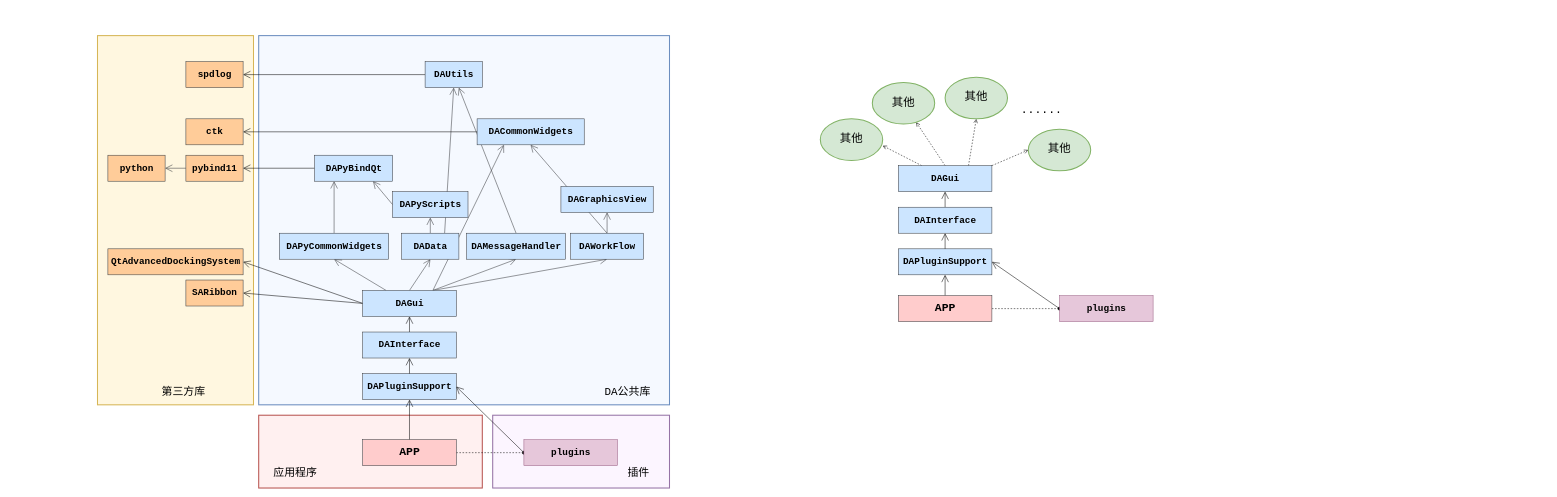
czyt1988/data-workbench keeps this draw.io diagram as page "模块依赖关系" (1 of 4) of doc/zh/drawio/data-work-flow-uml.drawio. Above is the earlier version. Source tidied: cells renumbered, new cells numbered last; positions are measured from the earlier drawing's top-left corner, leaving out a move shared by most shapes. Both pictures are drawn from the tidied source at 52%, with x=0, y=0 at pixel (97, 35).
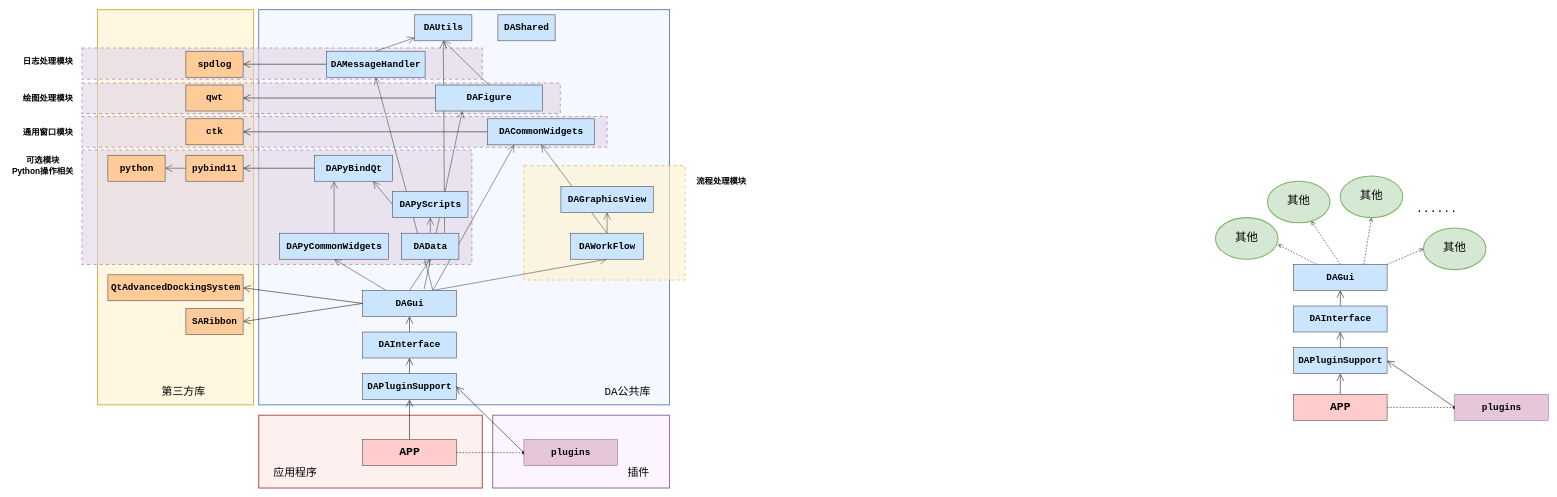
The same diagram, later.

Unchanged cells that the change refers to:
```xml
<mxCell id="17" value="&lt;div style=&quot;margin-top: 0px; margin-bottom: 0px; font-size: 18px;&quot;&gt;&lt;div style=&quot;margin-top: 0px; margin-bottom: 0px; font-size: 18px;&quot;&gt;&lt;span style=&quot;font-size: 18px;&quot;&gt;DAGui&lt;/span&gt;&lt;/div&gt;&lt;/div&gt;" style="html=1;fontFamily=Courier New;fontSize=18;fontStyle=1;fillColor=#cce5ff;strokeColor=#36393d;" parent="1" vertex="1">
  <mxGeometry x="510" y="490" width="180" height="50" as="geometry" />
</mxCell>
```

The edit, as a diff of the source:
```diff
@@
+    <mxCell id="4" style="rounded=0;whiteSpace=wrap;html=1;fontFamily=Courier New;fontSize=18;strokeColor=#6c8ebf;fillColor=#F5F9FF;strokeWidth=2;glass=0;shadow=0;sketch=0;" parent="1" vertex="1">
+      <mxGeometry x="310" y="-50" width="790" height="760" as="geometry" />
+    </mxCell>
+    <mxCell id="72" style="rounded=0;whiteSpace=wrap;html=1;fillColor=#fff2cc;strokeColor=#d6b656;dashed=1;strokeWidth=2;perimeterSpacing=0;opacity=60;" parent="1" vertex="1">
+      <mxGeometry x="820" y="250" width="310" height="220" as="geometry" />
+    </mxCell>
+    <mxCell id="5" style="rounded=0;whiteSpace=wrap;html=1;fontFamily=Courier New;fontSize=18;strokeColor=#d6b656;fillColor=#FFF7E0;strokeWidth=2;gradientColor=none;glass=0;shadow=0;sketch=0;" parent="1" vertex="1">
+      <mxGeometry y="-50" width="300" height="760" as="geometry" />
+    </mxCell>
+    <mxCell id="73" style="rounded=0;whiteSpace=wrap;html=1;fillColor=#e1d5e7;strokeColor=#9673a6;dashed=1;strokeWidth=2;perimeterSpacing=0;opacity=60;" parent="1" vertex="1">
+      <mxGeometry x="-30" y="155.5" width="1010" height="59" as="geometry" />
+    </mxCell>
+    <mxCell id="74" style="rounded=0;whiteSpace=wrap;html=1;fillColor=#e1d5e7;strokeColor=#9673a6;dashed=1;strokeWidth=2;perimeterSpacing=0;opacity=60;" parent="1" vertex="1">
+      <mxGeometry x="-30" y="91" width="920" height="59" as="geometry" />
+    </mxCell>
+    <mxCell id="75" style="rounded=0;whiteSpace=wrap;html=1;fillColor=#e1d5e7;strokeColor=#9673a6;dashed=1;strokeWidth=2;perimeterSpacing=0;opacity=60;" parent="1" vertex="1">
+      <mxGeometry x="-30" y="220" width="750" height="220" as="geometry" />
+    </mxCell>
+    <mxCell id="76" style="edgeStyle=none;shape=connector;rounded=0;jettySize=auto;html=1;exitX=0.656;exitY=-0.047;exitDx=0;exitDy=0;entryX=0.25;entryY=1;entryDx=0;entryDy=0;labelBackgroundColor=default;fontFamily=Courier New;fontSize=18;fontColor=#000000;endArrow=open;endFill=1;endSize=12;strokeColor=#36393d;fontStyle=1;fillColor=#cce5ff;exitPerimeter=0;" parent="1" edge="1" source="17" target="81">
+      <mxGeometry relative="1" as="geometry" />
+    </mxCell>
+    <mxCell id="77" style="rounded=0;whiteSpace=wrap;html=1;fillColor=#e1d5e7;strokeColor=#9673a6;dashed=1;strokeWidth=2;perimeterSpacing=0;opacity=60;" parent="1" vertex="1">
+      <mxGeometry x="-30" y="24" width="770" height="60" as="geometry" />
+    </mxCell>
@@
-    <mxCell id="4" style="rounded=0;whiteSpace=wrap;html=1;fontFamily=Courier New;fontSize=18;strokeColor=#6c8ebf;fillColor=#F5F9FF;strokeWidth=2;glass=0;shadow=0;sketch=0;" parent="1" vertex="1">
-      <mxGeometry x="310" width="790" height="710" as="geometry" />
-    </mxCell>
-    <mxCell id="5" style="rounded=0;whiteSpace=wrap;html=1;fontFamily=Courier New;fontSize=18;strokeColor=#d6b656;fillColor=#FFF7E0;strokeWidth=2;gradientColor=none;glass=0;shadow=0;sketch=0;" parent="1" vertex="1">
-      <mxGeometry width="300" height="710" as="geometry" />
-    </mxCell>
@@
     <mxCell id="19" value="&lt;div style=&quot;margin-top: 0px; margin-bottom: 0px; font-size: 18px;&quot;&gt;&lt;div style=&quot;margin-top: 0px; margin-bottom: 0px; font-size: 18px;&quot;&gt;DAMessageHandler&lt;br style=&quot;font-size: 18px;&quot;&gt;&lt;/div&gt;&lt;/div&gt;" style="html=1;fontFamily=Courier New;fontSize=18;fontStyle=1;verticalAlign=middle;fillColor=#cce5ff;strokeColor=#36393d;" parent="1" vertex="1">
-      <mxGeometry x="710" y="380" width="190" height="50" as="geometry" />
+      <mxGeometry x="440" y="30" width="190" height="50" as="geometry" />
     </mxCell>
@@
-    <mxCell id="22" value="&lt;div style=&quot;margin-top: 0px; margin-bottom: 0px; font-size: 18px;&quot;&gt;&lt;div style=&quot;margin-top: 0px; margin-bottom: 0px; font-size: 18px;&quot;&gt;DAData&lt;br style=&quot;font-size: 18px;&quot;&gt;&lt;/div&gt;&lt;/div&gt;" style="html=1;fontFamily=Courier New;fontSize=18;fontStyle=1;verticalAlign=middle;fillColor=#cce5ff;strokeColor=#36393d;" parent="1" vertex="1">
-      <mxGeometry x="585" y="380" width="110" height="50" as="geometry" />
-    </mxCell>
@@
     <mxCell id="24" value="&lt;div style=&quot;margin-top: 0px; margin-bottom: 0px; font-size: 18px;&quot;&gt;&lt;div style=&quot;margin-top: 0px; margin-bottom: 0px; font-size: 18px;&quot;&gt;DACommonWidgets&lt;br style=&quot;font-size: 18px;&quot;&gt;&lt;/div&gt;&lt;/div&gt;" style="html=1;fontFamily=Courier New;fontSize=18;fontStyle=1;verticalAlign=middle;fillColor=#cce5ff;strokeColor=#36393d;" parent="1" vertex="1">
-      <mxGeometry x="730" y="160" width="206" height="50" as="geometry" />
+      <mxGeometry x="750" y="160" width="206" height="50" as="geometry" />
     </mxCell>
@@
-    <mxCell id="30" style="edgeStyle=none;shape=connector;rounded=0;jettySize=auto;html=1;exitX=0;exitY=0.5;exitDx=0;exitDy=0;entryX=1;entryY=0.5;entryDx=0;entryDy=0;labelBackgroundColor=default;fontFamily=Courier New;fontSize=18;fontColor=#000000;endArrow=open;endFill=1;endSize=12;strokeColor=default;fontStyle=1;" parent="1" edge="1" source="31" target="39">
+    <mxCell id="30" style="edgeStyle=none;shape=connector;rounded=0;jettySize=auto;html=1;exitX=0;exitY=0.5;exitDx=0;exitDy=0;entryX=1;entryY=0.5;entryDx=0;entryDy=0;labelBackgroundColor=default;fontFamily=Courier New;fontSize=18;fontColor=#000000;endArrow=open;endFill=1;endSize=12;strokeColor=default;fontStyle=1;" parent="1" edge="1" source="19" target="39">
       <mxGeometry relative="1" as="geometry" />
     </mxCell>
     <mxCell id="31" value="&lt;div style=&quot;margin-top: 0px; margin-bottom: 0px; font-size: 18px;&quot;&gt;&lt;div style=&quot;margin-top: 0px; margin-bottom: 0px; font-size: 18px;&quot;&gt;&lt;div style=&quot;margin-top: 0px; margin-bottom: 0px; font-size: 18px;&quot;&gt;DAUtils&lt;/div&gt;&lt;/div&gt;&lt;/div&gt;" style="html=1;fontFamily=Courier New;fontSize=18;fontStyle=1;verticalAlign=middle;fillColor=#cce5ff;strokeColor=#36393d;" parent="1" vertex="1">
-      <mxGeometry x="630" y="50" width="110" height="50" as="geometry" />
+      <mxGeometry x="610" y="-40" width="110" height="50" as="geometry" />
     </mxCell>
@@
-    <mxCell id="33" value="&lt;div style=&quot;margin-top: 0px; margin-bottom: 0px; font-size: 18px;&quot;&gt;&lt;div style=&quot;margin-top: 0px; margin-bottom: 0px; font-size: 18px;&quot;&gt;&lt;div style=&quot;margin-top: 0px; margin-bottom: 0px; font-size: 18px;&quot;&gt;pybind11&lt;/div&gt;&lt;/div&gt;&lt;/div&gt;" style="html=1;fontFamily=Courier New;fontSize=18;fontStyle=1;verticalAlign=middle;fillColor=#ffcc99;strokeColor=#36393d;" parent="1" vertex="1">
-      <mxGeometry x="170" y="230" width="110" height="50" as="geometry" />
-    </mxCell>
-    <mxCell id="34" value="&lt;div style=&quot;margin-top: 0px; margin-bottom: 0px; font-size: 18px;&quot;&gt;&lt;div style=&quot;margin-top: 0px; margin-bottom: 0px; font-size: 18px;&quot;&gt;&lt;div style=&quot;margin-top: 0px; margin-bottom: 0px; font-size: 18px;&quot;&gt;python&lt;/div&gt;&lt;/div&gt;&lt;/div&gt;" style="html=1;fontFamily=Courier New;fontSize=18;fontStyle=1;verticalAlign=middle;fillColor=#ffcc99;strokeColor=#36393d;" parent="1" vertex="1">
-      <mxGeometry x="20" y="230" width="110" height="50" as="geometry" />
-    </mxCell>
@@
-    <mxCell id="36" value="&lt;div style=&quot;margin-top: 0px; margin-bottom: 0px; font-size: 18px;&quot;&gt;&lt;div style=&quot;margin-top: 0px; margin-bottom: 0px; font-size: 18px;&quot;&gt;&lt;div style=&quot;margin-top: 0px; margin-bottom: 0px; font-size: 18px;&quot;&gt;DAPyScripts&lt;/div&gt;&lt;/div&gt;&lt;/div&gt;" style="html=1;fontFamily=Courier New;fontSize=18;fontStyle=1;verticalAlign=middle;fillColor=#cce5ff;strokeColor=#36393d;" parent="1" vertex="1">
-      <mxGeometry x="567.5" y="300" width="145" height="50" as="geometry" />
-    </mxCell>
@@
-    <mxCell id="38" value="&lt;div style=&quot;margin-top: 0px; margin-bottom: 0px; font-size: 18px;&quot;&gt;&lt;div style=&quot;margin-top: 0px; margin-bottom: 0px; font-size: 18px;&quot;&gt;&lt;div style=&quot;margin-top: 0px; margin-bottom: 0px; font-size: 18px;&quot;&gt;DAPyBindQt&lt;/div&gt;&lt;/div&gt;&lt;/div&gt;" style="html=1;fontFamily=Courier New;fontSize=18;fontStyle=1;verticalAlign=middle;fillColor=#cce5ff;strokeColor=#36393d;" parent="1" vertex="1">
-      <mxGeometry x="417.5" y="230" width="150" height="50" as="geometry" />
-    </mxCell>
     <mxCell id="39" value="&lt;div style=&quot;margin-top: 0px; margin-bottom: 0px; font-size: 18px;&quot;&gt;&lt;div style=&quot;margin-top: 0px; margin-bottom: 0px; font-size: 18px;&quot;&gt;&lt;div style=&quot;margin-top: 0px; margin-bottom: 0px; font-size: 18px;&quot;&gt;spdlog&lt;/div&gt;&lt;/div&gt;&lt;/div&gt;" style="html=1;fontFamily=Courier New;fontSize=18;fontStyle=1;verticalAlign=middle;fillColor=#ffcc99;strokeColor=#36393d;" parent="1" vertex="1">
-      <mxGeometry x="170" y="50" width="110" height="50" as="geometry" />
+      <mxGeometry x="170" y="30" width="110" height="50" as="geometry" />
     </mxCell>
@@
     <mxCell id="41" value="&lt;div style=&quot;margin-top: 0px; margin-bottom: 0px; font-size: 18px;&quot;&gt;&lt;div style=&quot;margin-top: 0px; margin-bottom: 0px; font-size: 18px;&quot;&gt;&lt;div style=&quot;margin-top: 0px; margin-bottom: 0px; font-size: 18px;&quot;&gt;QtAdvancedDockingSystem&lt;/div&gt;&lt;/div&gt;&lt;/div&gt;" style="html=1;fontFamily=Courier New;fontSize=18;fontStyle=1;verticalAlign=middle;fillColor=#ffcc99;strokeColor=#36393d;" parent="1" vertex="1">
-      <mxGeometry x="20" y="410" width="260" height="50" as="geometry" />
+      <mxGeometry x="20" y="460" width="260" height="50" as="geometry" />
     </mxCell>
     <mxCell id="42" value="&lt;div style=&quot;margin-top: 0px; margin-bottom: 0px; font-size: 18px;&quot;&gt;&lt;div style=&quot;margin-top: 0px; margin-bottom: 0px; font-size: 18px;&quot;&gt;&lt;div style=&quot;margin-top: 0px; margin-bottom: 0px; font-size: 18px;&quot;&gt;SARibbon&lt;/div&gt;&lt;/div&gt;&lt;/div&gt;" style="html=1;fontFamily=Courier New;fontSize=18;fontStyle=1;verticalAlign=middle;fillColor=#ffcc99;strokeColor=#36393d;" parent="1" vertex="1">
-      <mxGeometry x="170" y="470" width="110" height="50" as="geometry" />
+      <mxGeometry x="170" y="525" width="110" height="50" as="geometry" />
     </mxCell>
-    <mxCell id="43" value="&lt;div style=&quot;margin-top: 0px; margin-bottom: 0px; font-size: 18px;&quot;&gt;&lt;div style=&quot;margin-top: 0px; margin-bottom: 0px; font-size: 18px;&quot;&gt;DAPyCommonWidgets&lt;br style=&quot;font-size: 18px;&quot;&gt;&lt;/div&gt;&lt;/div&gt;" style="html=1;fontFamily=Courier New;fontSize=18;fontStyle=1;verticalAlign=middle;fillColor=#cce5ff;strokeColor=#36393d;" parent="1" vertex="1">
-      <mxGeometry x="350" y="380" width="210" height="50" as="geometry" />
-    </mxCell>
@@
     <mxCell id="53" value="&lt;div style=&quot;margin-top: 0px; margin-bottom: 0px; font-size: 18px;&quot;&gt;DAPluginSupport&lt;/div&gt;" style="html=1;fontFamily=Courier New;fontSize=18;fontStyle=1;fillColor=#cce5ff;strokeColor=#36393d;" parent="1" vertex="1">
-      <mxGeometry x="1540" y="410" width="180" height="50" as="geometry" />
+      <mxGeometry x="2300" y="600" width="180" height="50" as="geometry" />
     </mxCell>
@@
     <mxCell id="55" value="&lt;div style=&quot;margin-top: 0px; margin-bottom: 0px; font-size: 18px;&quot;&gt;&lt;div style=&quot;margin-top: 0px; margin-bottom: 0px; font-size: 18px;&quot;&gt;&lt;span style=&quot;font-size: 18px;&quot;&gt;DAInterface&lt;/span&gt;&lt;/div&gt;&lt;/div&gt;" style="html=1;fontFamily=Courier New;fontSize=18;fontStyle=1;fillColor=#cce5ff;strokeColor=#36393d;" parent="1" vertex="1">
-      <mxGeometry x="1540" y="330" width="180" height="50" as="geometry" />
+      <mxGeometry x="2300" y="520" width="180" height="50" as="geometry" />
     </mxCell>
@@
     <mxCell id="61" value="&lt;div style=&quot;margin-top: 0px; margin-bottom: 0px; font-size: 18px;&quot;&gt;&lt;div style=&quot;margin-top: 0px; margin-bottom: 0px; font-size: 18px;&quot;&gt;&lt;span style=&quot;font-size: 18px;&quot;&gt;DAGui&lt;/span&gt;&lt;/div&gt;&lt;/div&gt;" style="html=1;fontFamily=Courier New;fontSize=18;fontStyle=1;fillColor=#cce5ff;strokeColor=#36393d;" parent="1" vertex="1">
-      <mxGeometry x="1540" y="250" width="180" height="50" as="geometry" />
+      <mxGeometry x="2300" y="440" width="180" height="50" as="geometry" />
     </mxCell>
@@
     <mxCell id="64" value="&lt;div style=&quot;margin-top: 0px; margin-bottom: 0px; font-size: 22px;&quot;&gt;APP&lt;/div&gt;" style="html=1;fontFamily=Courier New;fontSize=22;fontStyle=1;fillColor=#ffcccc;strokeColor=#36393d;" parent="1" vertex="1">
-      <mxGeometry x="1540" y="500" width="180" height="50" as="geometry" />
+      <mxGeometry x="2300" y="690" width="180" height="50" as="geometry" />
     </mxCell>
@@
     <mxCell id="66" value="&lt;div style=&quot;margin-top: 0px; margin-bottom: 0px; font-size: 18px;&quot;&gt;plugins&lt;/div&gt;" style="html=1;fontFamily=Courier New;fontSize=18;fontStyle=1;fillColor=#E6C7DA;strokeColor=#996185;gradientColor=none;" parent="1" vertex="1">
-      <mxGeometry x="1850" y="500" width="180" height="50" as="geometry" />
+      <mxGeometry x="2610" y="690" width="180" height="50" as="geometry" />
     </mxCell>
     <mxCell id="67" value="其他" style="ellipse;whiteSpace=wrap;html=1;rounded=0;shadow=0;glass=0;sketch=0;fontFamily=Courier New;fontSize=22;strokeColor=#82b366;strokeWidth=2;fillColor=#d5e8d4;" parent="1" vertex="1">
-      <mxGeometry x="1390" y="160" width="120" height="80" as="geometry" />
+      <mxGeometry x="2150" y="350" width="120" height="80" as="geometry" />
     </mxCell>
     <mxCell id="68" value="其他" style="ellipse;whiteSpace=wrap;html=1;rounded=0;shadow=0;glass=0;sketch=0;fontFamily=Courier New;fontSize=22;strokeColor=#82b366;strokeWidth=2;fillColor=#d5e8d4;" parent="1" vertex="1">
-      <mxGeometry x="1490" y="90" width="120" height="80" as="geometry" />
+      <mxGeometry x="2250" y="280" width="120" height="80" as="geometry" />
     </mxCell>
     <mxCell id="69" value="其他" style="ellipse;whiteSpace=wrap;html=1;rounded=0;shadow=0;glass=0;sketch=0;fontFamily=Courier New;fontSize=22;strokeColor=#82b366;strokeWidth=2;fillColor=#d5e8d4;" parent="1" vertex="1">
-      <mxGeometry x="1630" y="80" width="120" height="80" as="geometry" />
+      <mxGeometry x="2390" y="270" width="120" height="80" as="geometry" />
     </mxCell>
     <mxCell id="70" value="其他" style="ellipse;whiteSpace=wrap;html=1;rounded=0;shadow=0;glass=0;sketch=0;fontFamily=Courier New;fontSize=22;strokeColor=#82b366;strokeWidth=2;fillColor=#d5e8d4;" parent="1" vertex="1">
-      <mxGeometry x="1790" y="180" width="120" height="80" as="geometry" />
+      <mxGeometry x="2550" y="370" width="120" height="80" as="geometry" />
     </mxCell>
     <mxCell id="71" value="......" style="text;html=1;align=center;verticalAlign=middle;strokeColor=none;fillColor=none;fontSize=22;fontFamily=Courier New;fontColor=#000000;" parent="1" vertex="1">
-      <mxGeometry x="1770" y="130" width="90" height="30" as="geometry" />
+      <mxGeometry x="2530" y="320" width="90" height="30" as="geometry" />
     </mxCell>
+    <mxCell id="78" value="可选模块&lt;br&gt;Python操作相关" style="text;html=1;strokeColor=none;fillColor=none;align=center;verticalAlign=middle;whiteSpace=wrap;rounded=0;dashed=1;fontSize=16;fontStyle=1;" parent="1" vertex="1">
+      <mxGeometry x="-170" y="220" width="130" height="60" as="geometry" />
+    </mxCell>
+    <mxCell id="33" value="&lt;div style=&quot;margin-top: 0px; margin-bottom: 0px; font-size: 18px;&quot;&gt;&lt;div style=&quot;margin-top: 0px; margin-bottom: 0px; font-size: 18px;&quot;&gt;&lt;div style=&quot;margin-top: 0px; margin-bottom: 0px; font-size: 18px;&quot;&gt;pybind11&lt;/div&gt;&lt;/div&gt;&lt;/div&gt;" style="html=1;fontFamily=Courier New;fontSize=18;fontStyle=1;verticalAlign=middle;fillColor=#ffcc99;strokeColor=#36393d;" parent="1" vertex="1">
+      <mxGeometry x="170" y="230" width="110" height="50" as="geometry" />
+    </mxCell>
+    <mxCell id="34" value="&lt;div style=&quot;margin-top: 0px; margin-bottom: 0px; font-size: 18px;&quot;&gt;&lt;div style=&quot;margin-top: 0px; margin-bottom: 0px; font-size: 18px;&quot;&gt;&lt;div style=&quot;margin-top: 0px; margin-bottom: 0px; font-size: 18px;&quot;&gt;python&lt;/div&gt;&lt;/div&gt;&lt;/div&gt;" style="html=1;fontFamily=Courier New;fontSize=18;fontStyle=1;verticalAlign=middle;fillColor=#ffcc99;strokeColor=#36393d;" parent="1" vertex="1">
+      <mxGeometry x="20" y="230" width="110" height="50" as="geometry" />
+    </mxCell>
+    <mxCell id="38" value="&lt;div style=&quot;margin-top: 0px; margin-bottom: 0px; font-size: 18px;&quot;&gt;&lt;div style=&quot;margin-top: 0px; margin-bottom: 0px; font-size: 18px;&quot;&gt;&lt;div style=&quot;margin-top: 0px; margin-bottom: 0px; font-size: 18px;&quot;&gt;DAPyBindQt&lt;/div&gt;&lt;/div&gt;&lt;/div&gt;" style="html=1;fontFamily=Courier New;fontSize=18;fontStyle=1;verticalAlign=middle;fillColor=#cce5ff;strokeColor=#36393d;" parent="1" vertex="1">
+      <mxGeometry x="417.5" y="230" width="150" height="50" as="geometry" />
+    </mxCell>
+    <mxCell id="43" value="&lt;div style=&quot;margin-top: 0px; margin-bottom: 0px; font-size: 18px;&quot;&gt;&lt;div style=&quot;margin-top: 0px; margin-bottom: 0px; font-size: 18px;&quot;&gt;DAPyCommonWidgets&lt;br style=&quot;font-size: 18px;&quot;&gt;&lt;/div&gt;&lt;/div&gt;" style="html=1;fontFamily=Courier New;fontSize=18;fontStyle=1;verticalAlign=middle;fillColor=#cce5ff;strokeColor=#36393d;" parent="1" vertex="1">
+      <mxGeometry x="350" y="380" width="210" height="50" as="geometry" />
+    </mxCell>
+    <mxCell id="79" value="日志处理模块" style="text;html=1;strokeColor=none;fillColor=none;align=center;verticalAlign=middle;whiteSpace=wrap;rounded=0;dashed=1;fontSize=16;fontStyle=1;" parent="1" vertex="1">
+      <mxGeometry x="-160" y="20" width="130" height="60" as="geometry" />
+    </mxCell>
+    <mxCell id="80" value="&lt;div style=&quot;margin-top: 0px; margin-bottom: 0px; font-size: 18px;&quot;&gt;&lt;div style=&quot;margin-top: 0px; margin-bottom: 0px; font-size: 18px;&quot;&gt;qwt&lt;/div&gt;&lt;/div&gt;" style="html=1;fontFamily=Courier New;fontSize=18;fontStyle=1;verticalAlign=middle;fillColor=#ffcc99;strokeColor=#36393d;" parent="1" vertex="1">
+      <mxGeometry x="170" y="95" width="110" height="50" as="geometry" />
+    </mxCell>
+    <mxCell id="81" value="&lt;div style=&quot;margin-top: 0px; margin-bottom: 0px; font-size: 18px;&quot;&gt;&lt;div style=&quot;margin-top: 0px; margin-bottom: 0px; font-size: 18px;&quot;&gt;DAFigure&lt;br style=&quot;font-size: 18px;&quot;&gt;&lt;/div&gt;&lt;/div&gt;" style="html=1;fontFamily=Courier New;fontSize=18;fontStyle=1;verticalAlign=middle;fillColor=#cce5ff;strokeColor=#36393d;" parent="1" vertex="1">
+      <mxGeometry x="650" y="95" width="206" height="50" as="geometry" />
+    </mxCell>
+    <mxCell id="82" style="edgeStyle=none;shape=connector;rounded=0;jettySize=auto;html=1;exitX=0.5;exitY=0;exitDx=0;exitDy=0;labelBackgroundColor=default;fontFamily=Courier New;fontSize=18;fontColor=#000000;endArrow=open;endFill=1;endSize=12;strokeColor=#36393d;fontStyle=1;fillColor=#cce5ff;entryX=0.5;entryY=1;entryDx=0;entryDy=0;" parent="1" edge="1" source="81" target="31">
+      <mxGeometry relative="1" as="geometry" />
+    </mxCell>
+    <mxCell id="83" value="&lt;div style=&quot;margin-top: 0px; margin-bottom: 0px; font-size: 18px;&quot;&gt;&lt;div style=&quot;margin-top: 0px; margin-bottom: 0px; font-size: 18px;&quot;&gt;&lt;div style=&quot;margin-top: 0px; margin-bottom: 0px; font-size: 18px;&quot;&gt;DAShared&lt;/div&gt;&lt;/div&gt;&lt;/div&gt;" style="html=1;fontFamily=Courier New;fontSize=18;fontStyle=1;verticalAlign=middle;fillColor=#cce5ff;strokeColor=#36393d;" parent="1" vertex="1">
+      <mxGeometry x="770" y="-40" width="110" height="50" as="geometry" />
+    </mxCell>
+    <mxCell id="22" value="&lt;div style=&quot;margin-top: 0px; margin-bottom: 0px; font-size: 18px;&quot;&gt;&lt;div style=&quot;margin-top: 0px; margin-bottom: 0px; font-size: 18px;&quot;&gt;DAData&lt;br style=&quot;font-size: 18px;&quot;&gt;&lt;/div&gt;&lt;/div&gt;" style="html=1;fontFamily=Courier New;fontSize=18;fontStyle=1;verticalAlign=middle;fillColor=#cce5ff;strokeColor=#36393d;" parent="1" vertex="1">
+      <mxGeometry x="585" y="380" width="110" height="50" as="geometry" />
+    </mxCell>
+    <mxCell id="36" value="&lt;div style=&quot;margin-top: 0px; margin-bottom: 0px; font-size: 18px;&quot;&gt;&lt;div style=&quot;margin-top: 0px; margin-bottom: 0px; font-size: 18px;&quot;&gt;&lt;div style=&quot;margin-top: 0px; margin-bottom: 0px; font-size: 18px;&quot;&gt;DAPyScripts&lt;/div&gt;&lt;/div&gt;&lt;/div&gt;" style="html=1;fontFamily=Courier New;fontSize=18;fontStyle=1;verticalAlign=middle;fillColor=#cce5ff;strokeColor=#36393d;" parent="1" vertex="1">
+      <mxGeometry x="567.5" y="300" width="145" height="50" as="geometry" />
+    </mxCell>
+    <mxCell id="84" style="edgeStyle=none;shape=connector;rounded=0;jettySize=auto;html=1;exitX=0;exitY=0.5;exitDx=0;exitDy=0;entryX=1;entryY=0.5;entryDx=0;entryDy=0;labelBackgroundColor=default;fontFamily=Courier New;fontSize=18;fontColor=#000000;endArrow=open;endFill=1;endSize=12;strokeColor=default;fontStyle=1;" parent="1" edge="1" source="81" target="80">
+      <mxGeometry relative="1" as="geometry" />
+    </mxCell>
+    <mxCell id="85" value="绘图处理模块" style="text;html=1;strokeColor=none;fillColor=none;align=center;verticalAlign=middle;whiteSpace=wrap;rounded=0;dashed=1;fontSize=16;fontStyle=1;" parent="1" vertex="1">
+      <mxGeometry x="-160" y="90" width="130" height="60" as="geometry" />
+    </mxCell>
+    <mxCell id="86" value="通用窗口模块" style="text;html=1;strokeColor=none;fillColor=none;align=center;verticalAlign=middle;whiteSpace=wrap;rounded=0;dashed=1;fontSize=16;fontStyle=1;" parent="1" vertex="1">
+      <mxGeometry x="-160" y="155" width="130" height="60" as="geometry" />
+    </mxCell>
+    <mxCell id="87" value="流程处理模块" style="text;html=1;strokeColor=none;fillColor=none;align=center;verticalAlign=middle;whiteSpace=wrap;rounded=0;dashed=1;fontSize=16;fontStyle=1;" parent="1" vertex="1">
+      <mxGeometry x="1140" y="250" width="120" height="60" as="geometry" />
+    </mxCell>
```
